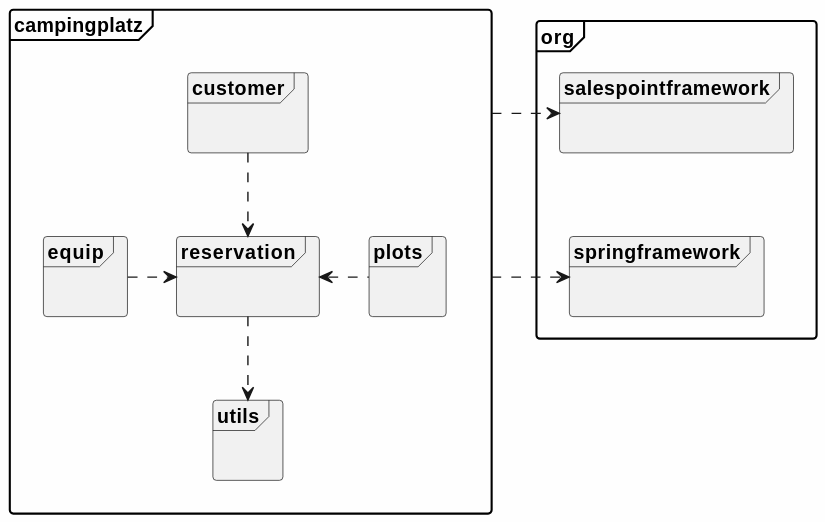
Before: src/main/asciidoc/models/design/PackageDiagramm.svg, a diagram exported from PlantUML (ShadowPaint-SP/Softwaretechnologieprojekt).
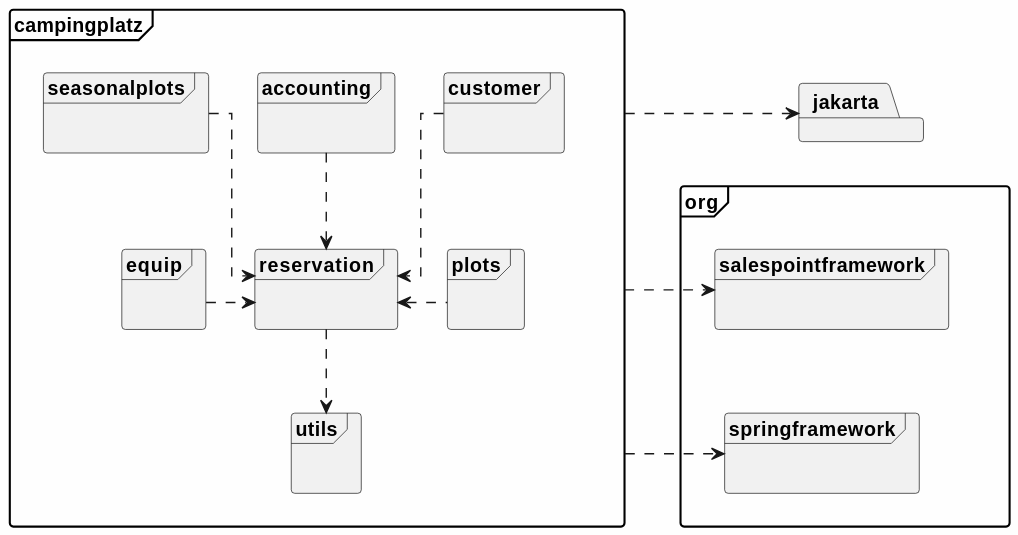
The same diagram one commit later.

What changed in the source:
```diff
@@ -19,6 +19,10 @@
 }
 package utils{
 }
+package accounting{
+}
+package seasonalplots{
+}
 }
 package org{
 package org.salespointframework{
@@ -26,15 +30,21 @@
 package org.springframework{
 }
 }
+package jakarta
 
 customer .d.> reservation
 equip .r.> reservation
 plots .l.> reservation
 utils <.u. reservation
+accounting ..> reservation
+seasonalplots ..> reservation
+
 
 org.springframework -[hidden]u- org.salespointframework
+jakarta -[hidden]d- org
 
 
 campingplatz .r.> springframework
 campingplatz .r.> salespointframework
+campingplatz .r.> jakarta
 @enduml
```
